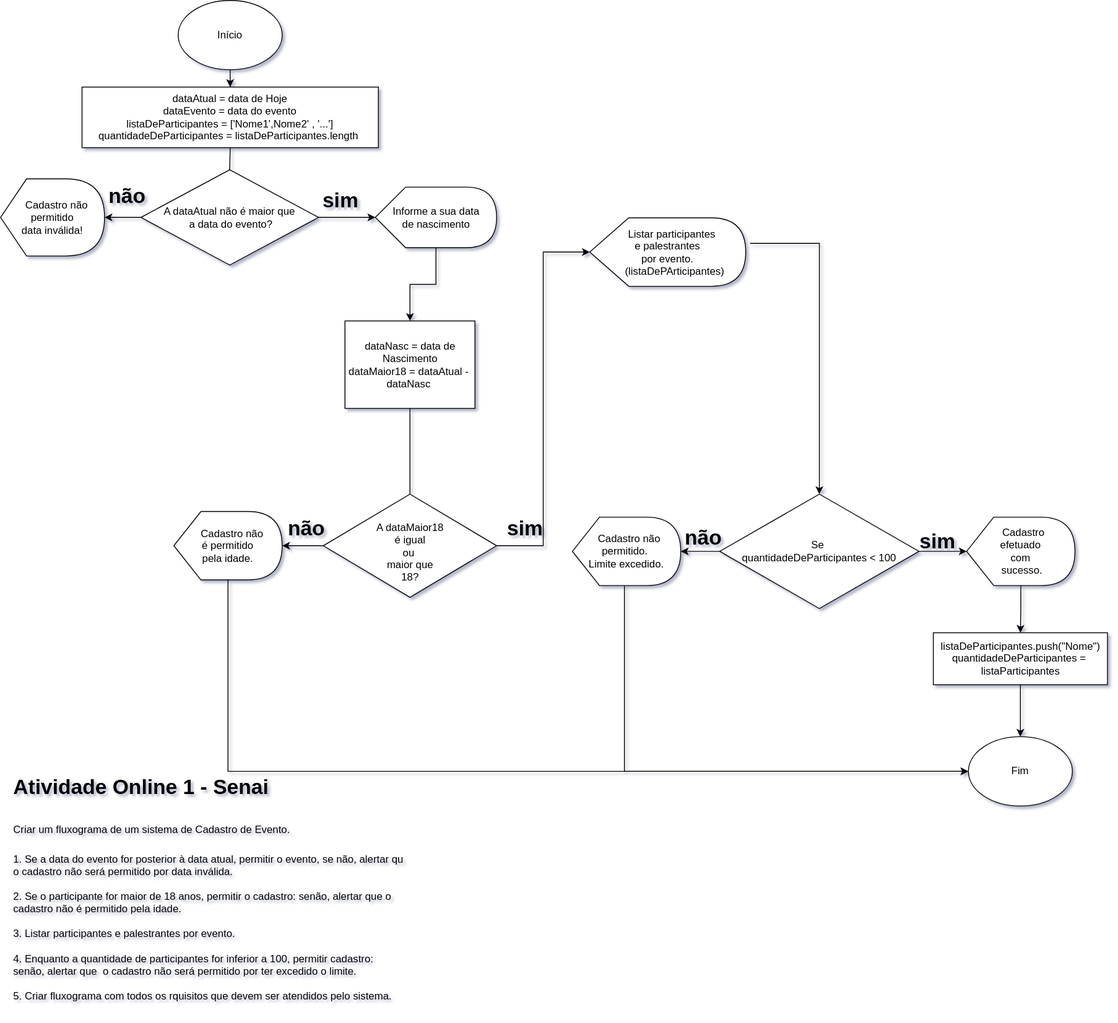
The draw.io diagram atividade online - fluxograma.svg in vanderpolezel/senai-atividade1-UC8, before a commit. Source tidied: cells renumbered, new cells last; positions are measured from the earlier drawing's top-left corner, leaving out a move shared by most shapes.
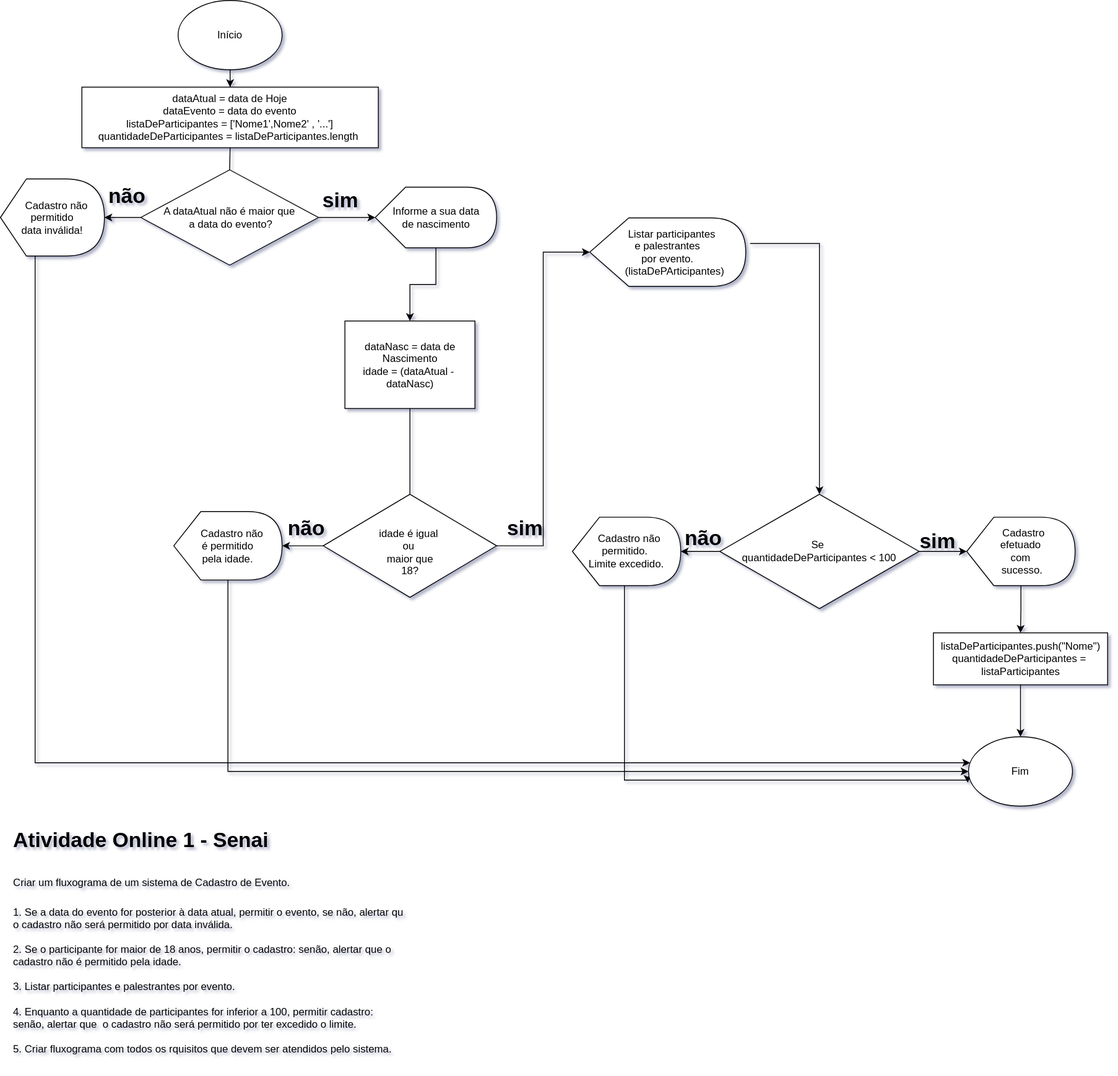
After the change.

Change to the diagram source:
```diff
@@ -20,6 +20,13 @@
     <mxCell id="7" value="A dataAtual não é maior que&lt;br&gt;&amp;nbsp;a data do evento?" style="rhombus;whiteSpace=wrap;html=1;" parent="1" vertex="1">
       <mxGeometry x="162" y="195.5" width="205" height="110" as="geometry" />
     </mxCell>
+    <mxCell id="38" style="edgeStyle=orthogonalEdgeStyle;rounded=0;jettySize=auto;html=1;" parent="1" edge="1" source="8" target="28">
+      <mxGeometry relative="1" as="geometry">
+        <Array as="points">
+          <mxPoint x="40" y="880" />
+        </Array>
+      </mxGeometry>
+    </mxCell>
     <mxCell id="8" value="&amp;nbsp; &amp;nbsp;Cadastro não &lt;br&gt;permitido&lt;br&gt;data inválida!" style="shape=display;whiteSpace=wrap;html=1;" parent="1" vertex="1">
       <mxGeometry y="206" width="120" height="89" as="geometry" />
     </mxCell>
@@ -29,7 +36,7 @@
     <mxCell id="10" value="Informe a sua data&lt;br&gt;de nascimento" style="shape=display;whiteSpace=wrap;html=1;" parent="1" vertex="1">
       <mxGeometry x="432.5" y="215.5" width="140" height="70" as="geometry" />
     </mxCell>
-    <mxCell id="11" value="dataNasc = data de Nascimento&lt;br&gt;dataMaior18 = dataAtual -&amp;nbsp; dataNasc&amp;nbsp;" style="rounded=0;whiteSpace=wrap;html=1;" parent="1" vertex="1">
+    <mxCell id="11" value="dataNasc = data de Nascimento&lt;br&gt;idade = (dataAtual -&amp;nbsp; dataNasc)" style="rounded=0;whiteSpace=wrap;html=1;" parent="1" vertex="1">
       <mxGeometry x="397.5" y="370" width="150" height="101" as="geometry" />
     </mxCell>
     <mxCell id="12" style="edgeStyle=orthogonalEdgeStyle;rounded=0;jettySize=auto;html=1;" parent="1" edge="1" source="14" target="16">
@@ -38,7 +45,7 @@
     <mxCell id="13" style="edgeStyle=orthogonalEdgeStyle;rounded=0;jettySize=auto;html=1;entryX=0;entryY=0.5;entryDx=0;entryDy=0;entryPerimeter=0;" parent="1" edge="1" source="14" target="18">
       <mxGeometry relative="1" as="geometry" />
     </mxCell>
-    <mxCell id="14" value="&lt;br&gt;A dataMaior18&lt;br&gt;&amp;nbsp;é igual&amp;nbsp;&lt;br&gt;ou&amp;nbsp;&lt;br&gt;maior que&lt;br&gt;18?" style="rhombus;whiteSpace=wrap;html=1;" parent="1" vertex="1">
+    <mxCell id="14" value="&lt;br&gt;idade é igual&amp;nbsp;&lt;br&gt;ou&amp;nbsp;&lt;br&gt;maior que&lt;br&gt;18?" style="rhombus;whiteSpace=wrap;html=1;" parent="1" vertex="1">
       <mxGeometry x="372.5" y="570" width="200" height="119" as="geometry" />
     </mxCell>
     <mxCell id="15" style="edgeStyle=orthogonalEdgeStyle;rounded=0;jettySize=auto;html=1;entryX=0;entryY=0.5;entryDx=0;entryDy=0;" parent="1" edge="1" source="16" target="28">
@@ -75,10 +82,11 @@
     <mxCell id="23" value="Se&amp;nbsp;&lt;br&gt;quantidadeDeParticipantes &amp;lt; 100" style="rhombus;whiteSpace=wrap;html=1;" parent="1" vertex="1">
       <mxGeometry x="830" y="570" width="230" height="132" as="geometry" />
     </mxCell>
-    <mxCell id="24" style="edgeStyle=orthogonalEdgeStyle;rounded=0;jettySize=auto;html=1;entryX=0;entryY=0.5;entryDx=0;entryDy=0;" parent="1" edge="1" source="25" target="28">
+    <mxCell id="24" style="edgeStyle=orthogonalEdgeStyle;rounded=0;jettySize=auto;html=1;entryX=-0.008;entryY=0.663;entryDx=0;entryDy=0;entryPerimeter=0;" parent="1" edge="1" source="25" target="28">
       <mxGeometry relative="1" as="geometry">
         <Array as="points">
-          <mxPoint x="720" y="890" />
+          <mxPoint x="720" y="900" />
+          <mxPoint x="1116" y="900" />
         </Array>
       </mxGeometry>
     </mxCell>
@@ -119,7 +127,7 @@
       <mxGeometry x="580" y="590" width="60" height="40" as="geometry" />
     </mxCell>
     <mxCell id="37" value="&lt;h1&gt;&lt;span style=&quot;background-color: initial;&quot;&gt;Atividade Online 1 - Senai&lt;/span&gt;&lt;/h1&gt;&lt;h1&gt;&lt;span style=&quot;font-size: 12px; font-weight: 400;&quot;&gt;Criar um fluxograma de um sistema de Cadastro de Evento.&lt;/span&gt;&lt;/h1&gt;&lt;div&gt;1. Se a data do evento for posterior à data atual, permitir o evento, se não, alertar qu o cadastro não será permitido por data inválida.&lt;/div&gt;&lt;div&gt;&lt;br&gt;&lt;/div&gt;&lt;div&gt;2. Se o participante for maior de 18 anos, permitir o cadastro: senão, alertar que o cadastro não é permitido pela idade.&amp;nbsp;&lt;/div&gt;&lt;div&gt;&lt;br&gt;&lt;/div&gt;&lt;div&gt;3. Listar participantes e palestrantes por evento.&lt;/div&gt;&lt;div&gt;&lt;br&gt;&lt;/div&gt;&lt;div&gt;4. Enquanto a quantidade de participantes for inferior a 100, permitir cadastro: senão, alertar que&amp;nbsp; o cadastro não será permitido por ter excedido o limite.&lt;/div&gt;&lt;div&gt;&lt;br&gt;&lt;/div&gt;&lt;div&gt;5. Criar fluxograma com todos os rquisitos que devem ser atendidos pelo sistema.&lt;/div&gt;" style="text;html=1;strokeColor=none;fillColor=none;spacing=5;spacingTop=-20;whiteSpace=wrap;overflow=hidden;rounded=0;rotation=0;" parent="1" vertex="1">
-      <mxGeometry x="10" y="889" width="460" height="280" as="geometry" />
+      <mxGeometry x="10" y="950" width="460" height="280" as="geometry" />
     </mxCell>
   </root>
 </mxGraphModel>
```
